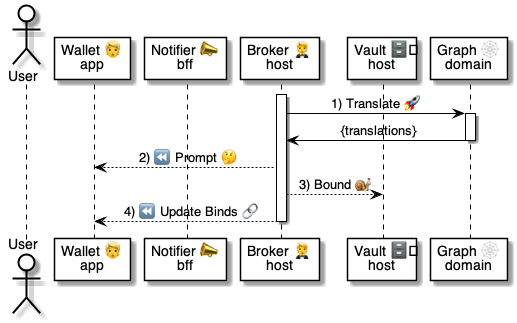
Before: 4 ⚙️ Solution/20 🧑‍🦰 UI/Brokers 🤵/🤵⏩ Broker flows/Bind vault 🗄️⏩🤵/Bind vault ⚙️ uml.png, a diagram exported from PlantUML (pollyweb-org/pollyweb-docs). Its source is kept beside it as 4 ⚙️ Solution/20 🧑‍🦰 UI/Brokers 🤵/🤵⏩ Broker flows/Bind vault 🗄️⏩🤵/Bind vault ⚙️ uml.puml. Source of this version:
```plantuml
@startuml Bind()


actor User as user
participant "Wallet 👱\napp" as wallet
participant "Notifier 📣\nbff" as notifier
participant "Broker 🤵\nhost" as broker
participant "Vault 🗄️\nhost" as vault
participant "Graph 🕸\ndomain" as graph


activate broker

    broker -> graph: 1) Translate 🚀
    activate graph
        graph -> broker: {translations}
    deactivate

    broker --> wallet: 2) ⏪ Prompt 🤔

    broker --> vault: 3) Bound 🐌

    broker --> wallet: 4) ⏪ Update Binds 🔗

deactivate broker


@enduml
```
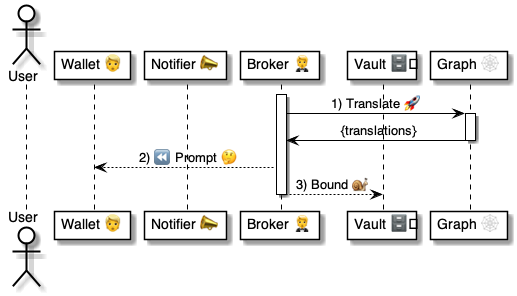
The same diagram one commit later.

What changed in the source:
```diff
@@ -2,11 +2,11 @@
 
 
 actor User as user
-participant "Wallet 👱\napp" as wallet
-participant "Notifier 📣\nbff" as notifier
-participant "Broker 🤵\nhost" as broker
-participant "Vault 🗄️\nhost" as vault
-participant "Graph 🕸\ndomain" as graph
+participant "Wallet 👱" as wallet
+participant "Notifier 📣" as notifier
+participant "Broker 🤵" as broker
+participant "Vault 🗄️" as vault
+participant "Graph 🕸" as graph
 
 
 activate broker
@@ -20,8 +20,6 @@
 
     broker --> vault: 3) Bound 🐌
 
-    broker --> wallet: 4) ⏪ Update Binds 🔗
-
 deactivate broker
 
 
```
